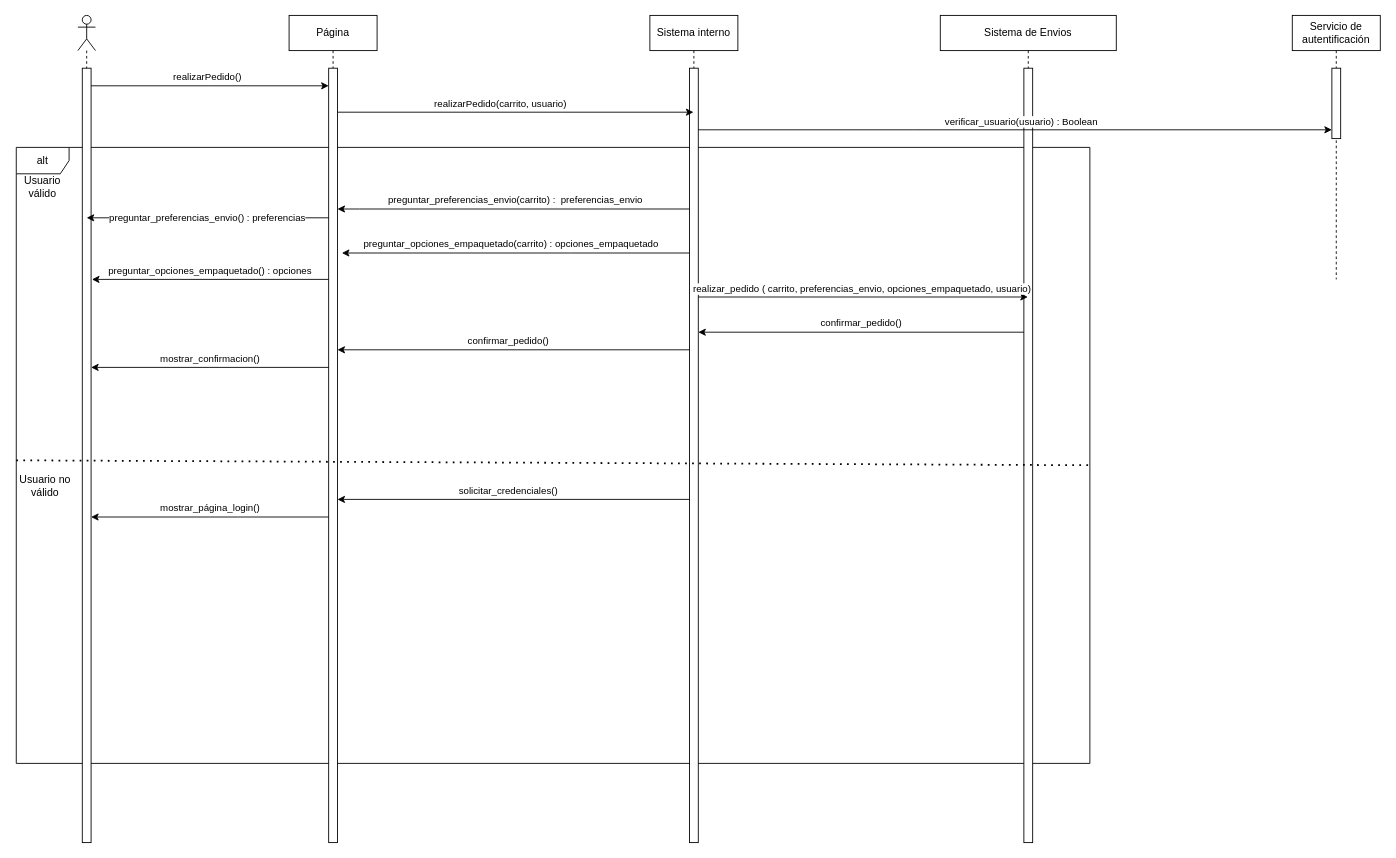
Earlier version of the draw.io diagram page "Realizar Pedido" (3 of 6) of ing/casos de uso.drawio (NicoJimenez123/tareas). Source tidied: cells renumbered, new cells numbered last; positions are measured from the earlier drawing's top-left corner, leaving out a move shared by most shapes. Both pictures are drawn from the tidied source at 88%, with x=0, y=0 at pixel (16, 15).
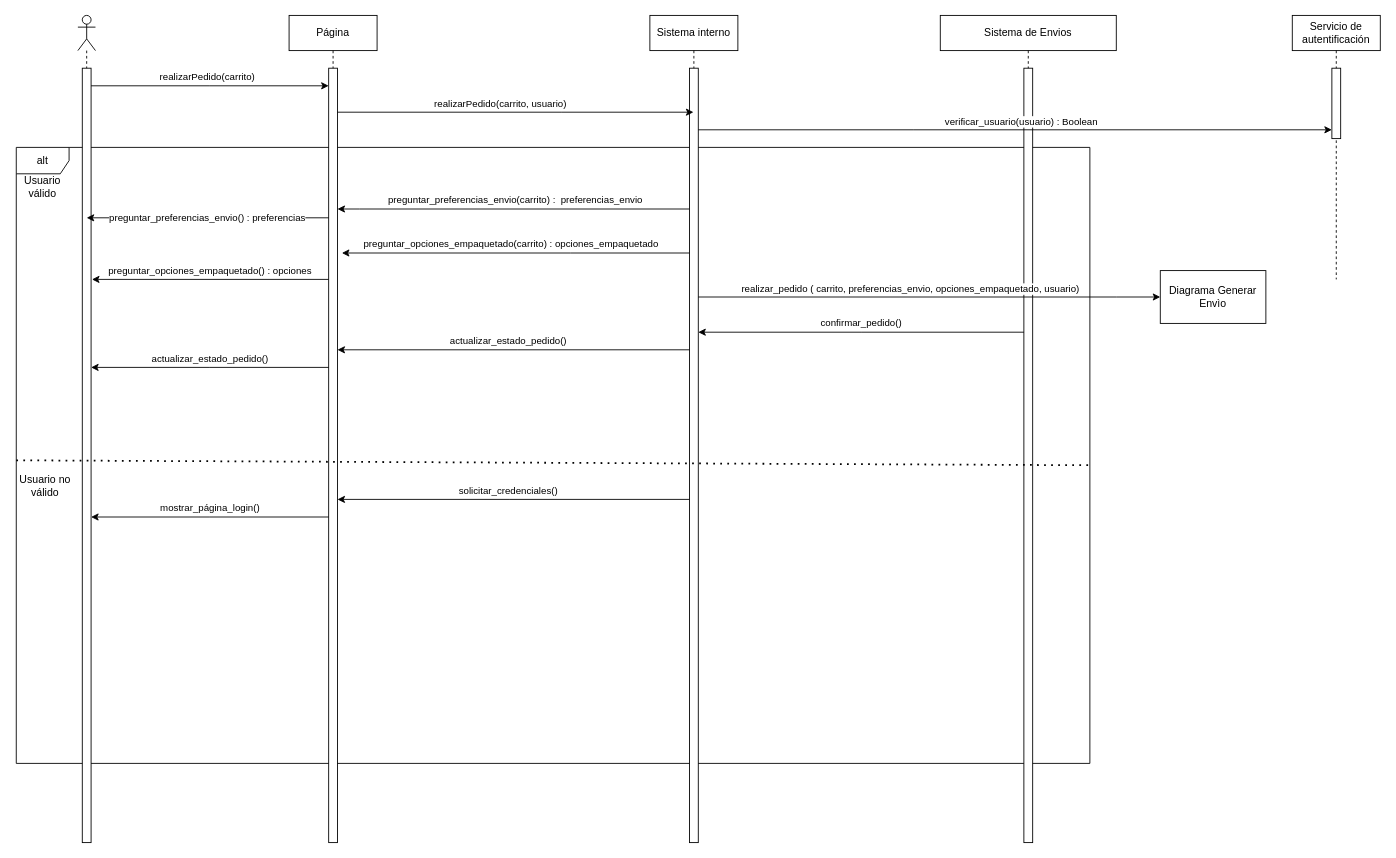
The same page after the edit.

Unchanged cells that the change refers to:
```xml
<mxCell id="4" style="html=1;points=[];perimeter=orthogonalPerimeter;" parent="3" vertex="1">
  <mxGeometry x="5" y="60" width="10" height="880" as="geometry" />
</mxCell>
<mxCell id="6" style="html=1;points=[];perimeter=orthogonalPerimeter;" parent="5" vertex="1">
  <mxGeometry x="45" y="60" width="10" height="880" as="geometry" />
</mxCell>
<mxCell id="8" style="html=1;points=[];perimeter=orthogonalPerimeter;" parent="7" vertex="1">
  <mxGeometry x="45" y="60" width="10" height="880" as="geometry" />
</mxCell>
<mxCell id="12" value="Sistema de Envios" style="shape=umlLifeline;perimeter=lifelinePerimeter;whiteSpace=wrap;html=1;outlineConnect=0;" parent="1" vertex="1">
  <mxGeometry x="1050" width="200" height="940" as="geometry" />
</mxCell>
```

Diff of the diagram source:
```diff
@@
-    <mxCell id="9" value="realizarPedido()" style="edgeStyle=orthogonalEdgeStyle;rounded=0;jettySize=auto;html=1;" parent="1" edge="1" source="4" target="6">
+    <mxCell id="9" value="realizarPedido(carrito)" style="edgeStyle=orthogonalEdgeStyle;rounded=0;jettySize=auto;html=1;" parent="1" edge="1" source="4" target="6">
       <mxGeometry x="-0.02" y="10" relative="1" as="geometry">
         <Array as="points">
           <mxPoint x="220" y="80" />
           <mxPoint x="220" y="80" />
         </Array>
       </mxGeometry>
     </mxCell>
@@
-    <mxCell id="20" style="edgeStyle=orthogonalEdgeStyle;rounded=0;jettySize=auto;html=1;" parent="1" edge="1" source="8" target="12">
+    <mxCell id="20" style="edgeStyle=orthogonalEdgeStyle;rounded=0;jettySize=auto;html=1;entryX=0;entryY=0.5;entryDx=0;entryDy=0;" parent="1" edge="1" source="8" target="33">
       <mxGeometry relative="1" as="geometry">
         <Array as="points">
-          <mxPoint x="850" y="320" />
-          <mxPoint x="850" y="320" />
+          <mxPoint x="1250" y="320" />
         </Array>
       </mxGeometry>
     </mxCell>
@@
-    <mxCell id="24" value="confirmar_pedido()" style="edgeStyle=orthogonalEdgeStyle;rounded=0;jettySize=auto;html=1;" parent="1" edge="1" source="8" target="6">
+    <mxCell id="24" value="actualizar_estado_pedido()" style="edgeStyle=orthogonalEdgeStyle;rounded=0;jettySize=auto;html=1;" parent="1" edge="1" source="8" target="6">
       <mxGeometry x="0.03" y="-10" relative="1" as="geometry">
         <Array as="points">
           <mxPoint x="570" y="380" />
           <mxPoint x="570" y="380" />
         </Array>
       </mxGeometry>
     </mxCell>
-    <mxCell id="25" value="mostrar_confirmacion()" style="edgeStyle=orthogonalEdgeStyle;rounded=0;jettySize=auto;html=1;" parent="1" edge="1" source="6" target="4">
+    <mxCell id="25" value="actualizar_estado_pedido()" style="edgeStyle=orthogonalEdgeStyle;rounded=0;jettySize=auto;html=1;" parent="1" edge="1" source="6" target="4">
       <mxGeometry y="-10" relative="1" as="geometry">
         <Array as="points">
           <mxPoint x="220" y="400" />
           <mxPoint x="220" y="400" />
         </Array>
       </mxGeometry>
     </mxCell>
@@
+    <mxCell id="33" value="Diagrama Generar Envìo" style="whiteSpace=wrap;html=1;" parent="1" vertex="1">
+      <mxGeometry x="1300" y="290" width="120" height="60" as="geometry" />
+    </mxCell>
```
